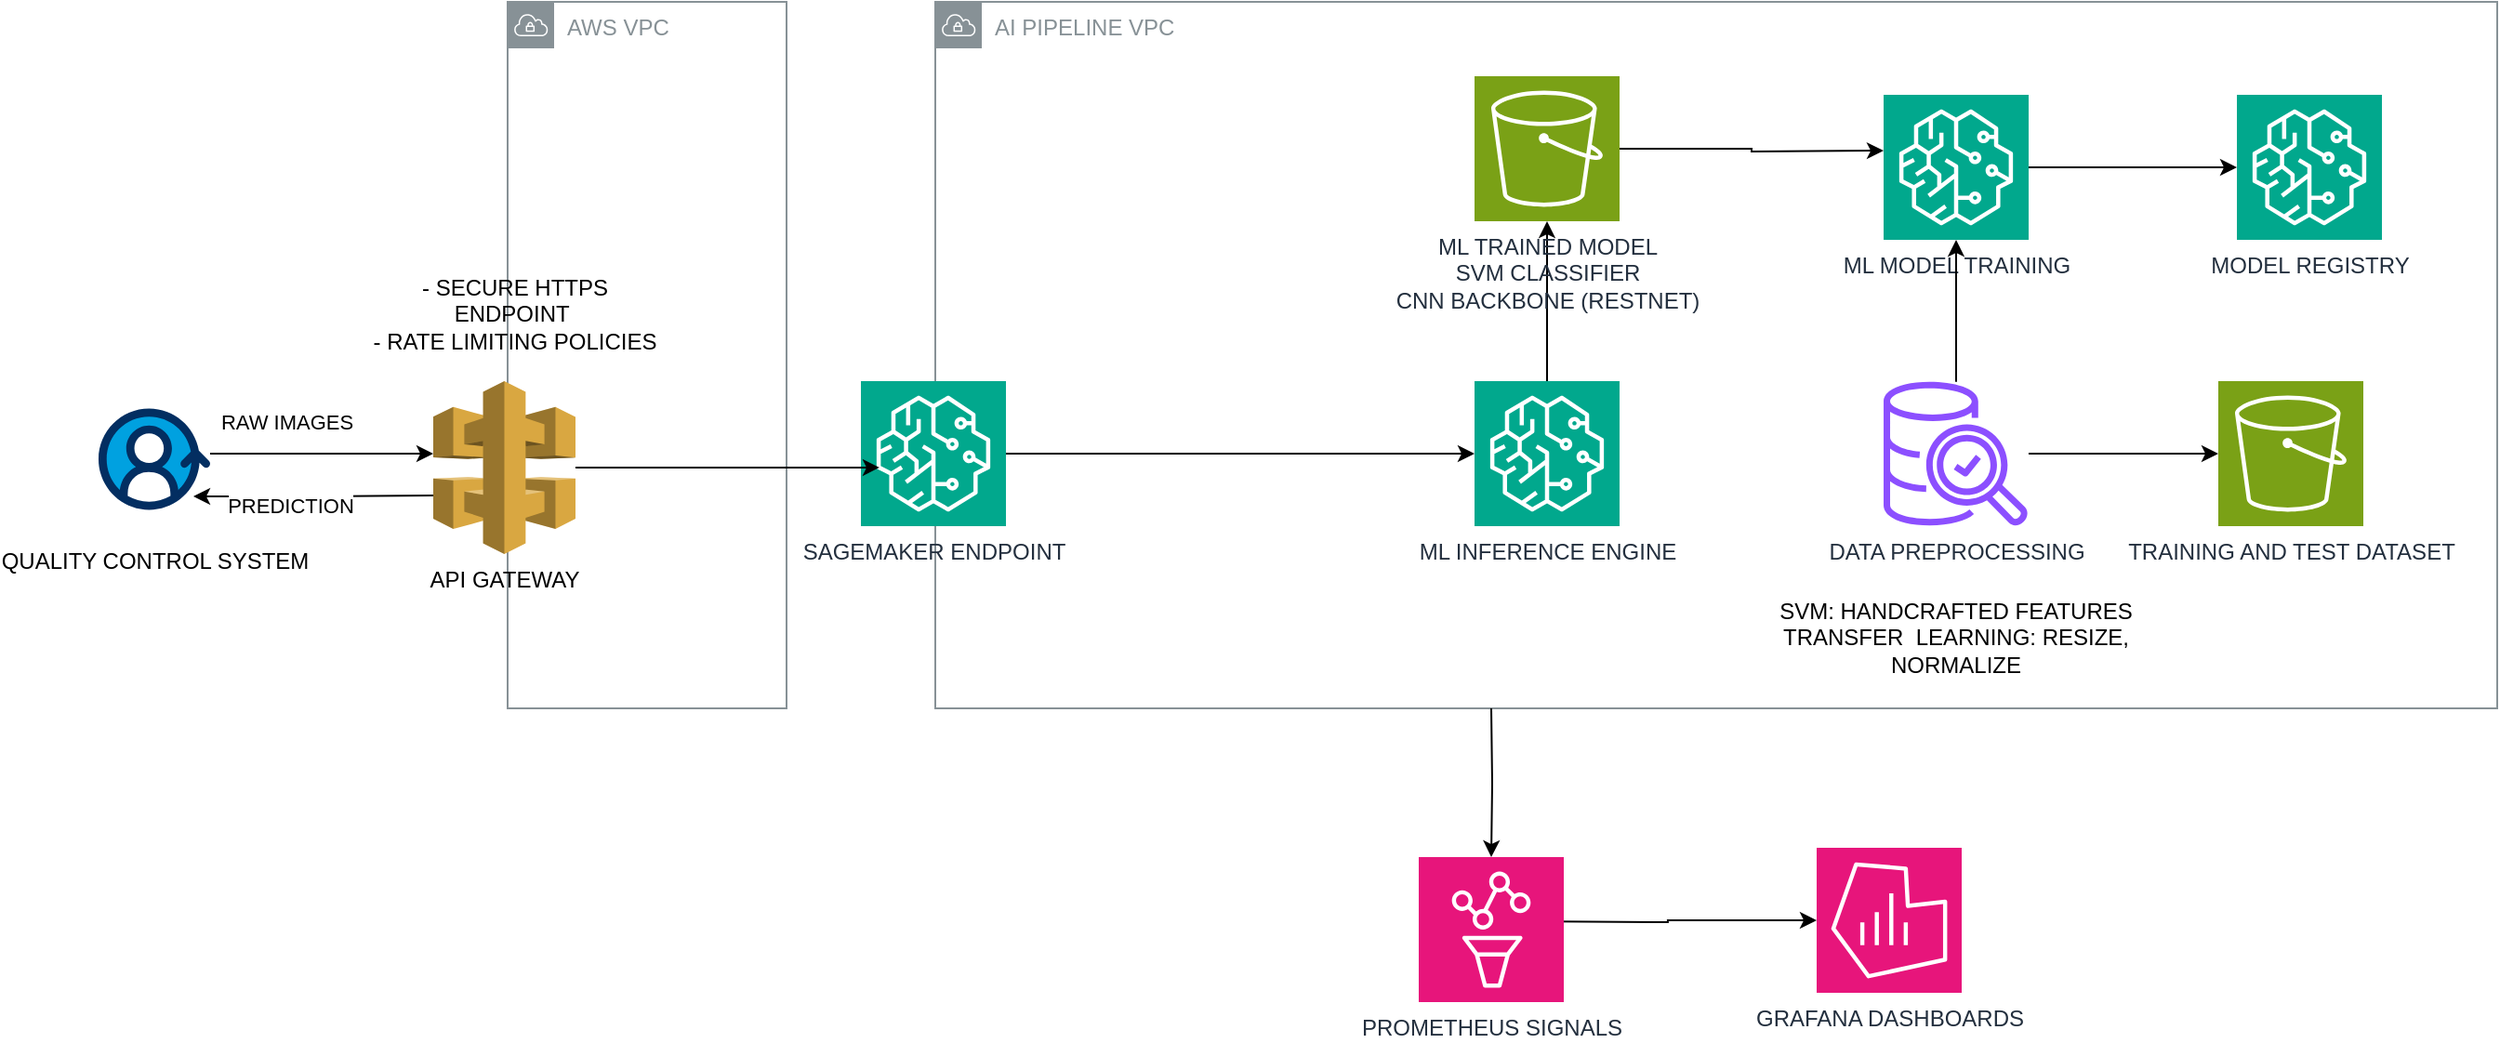
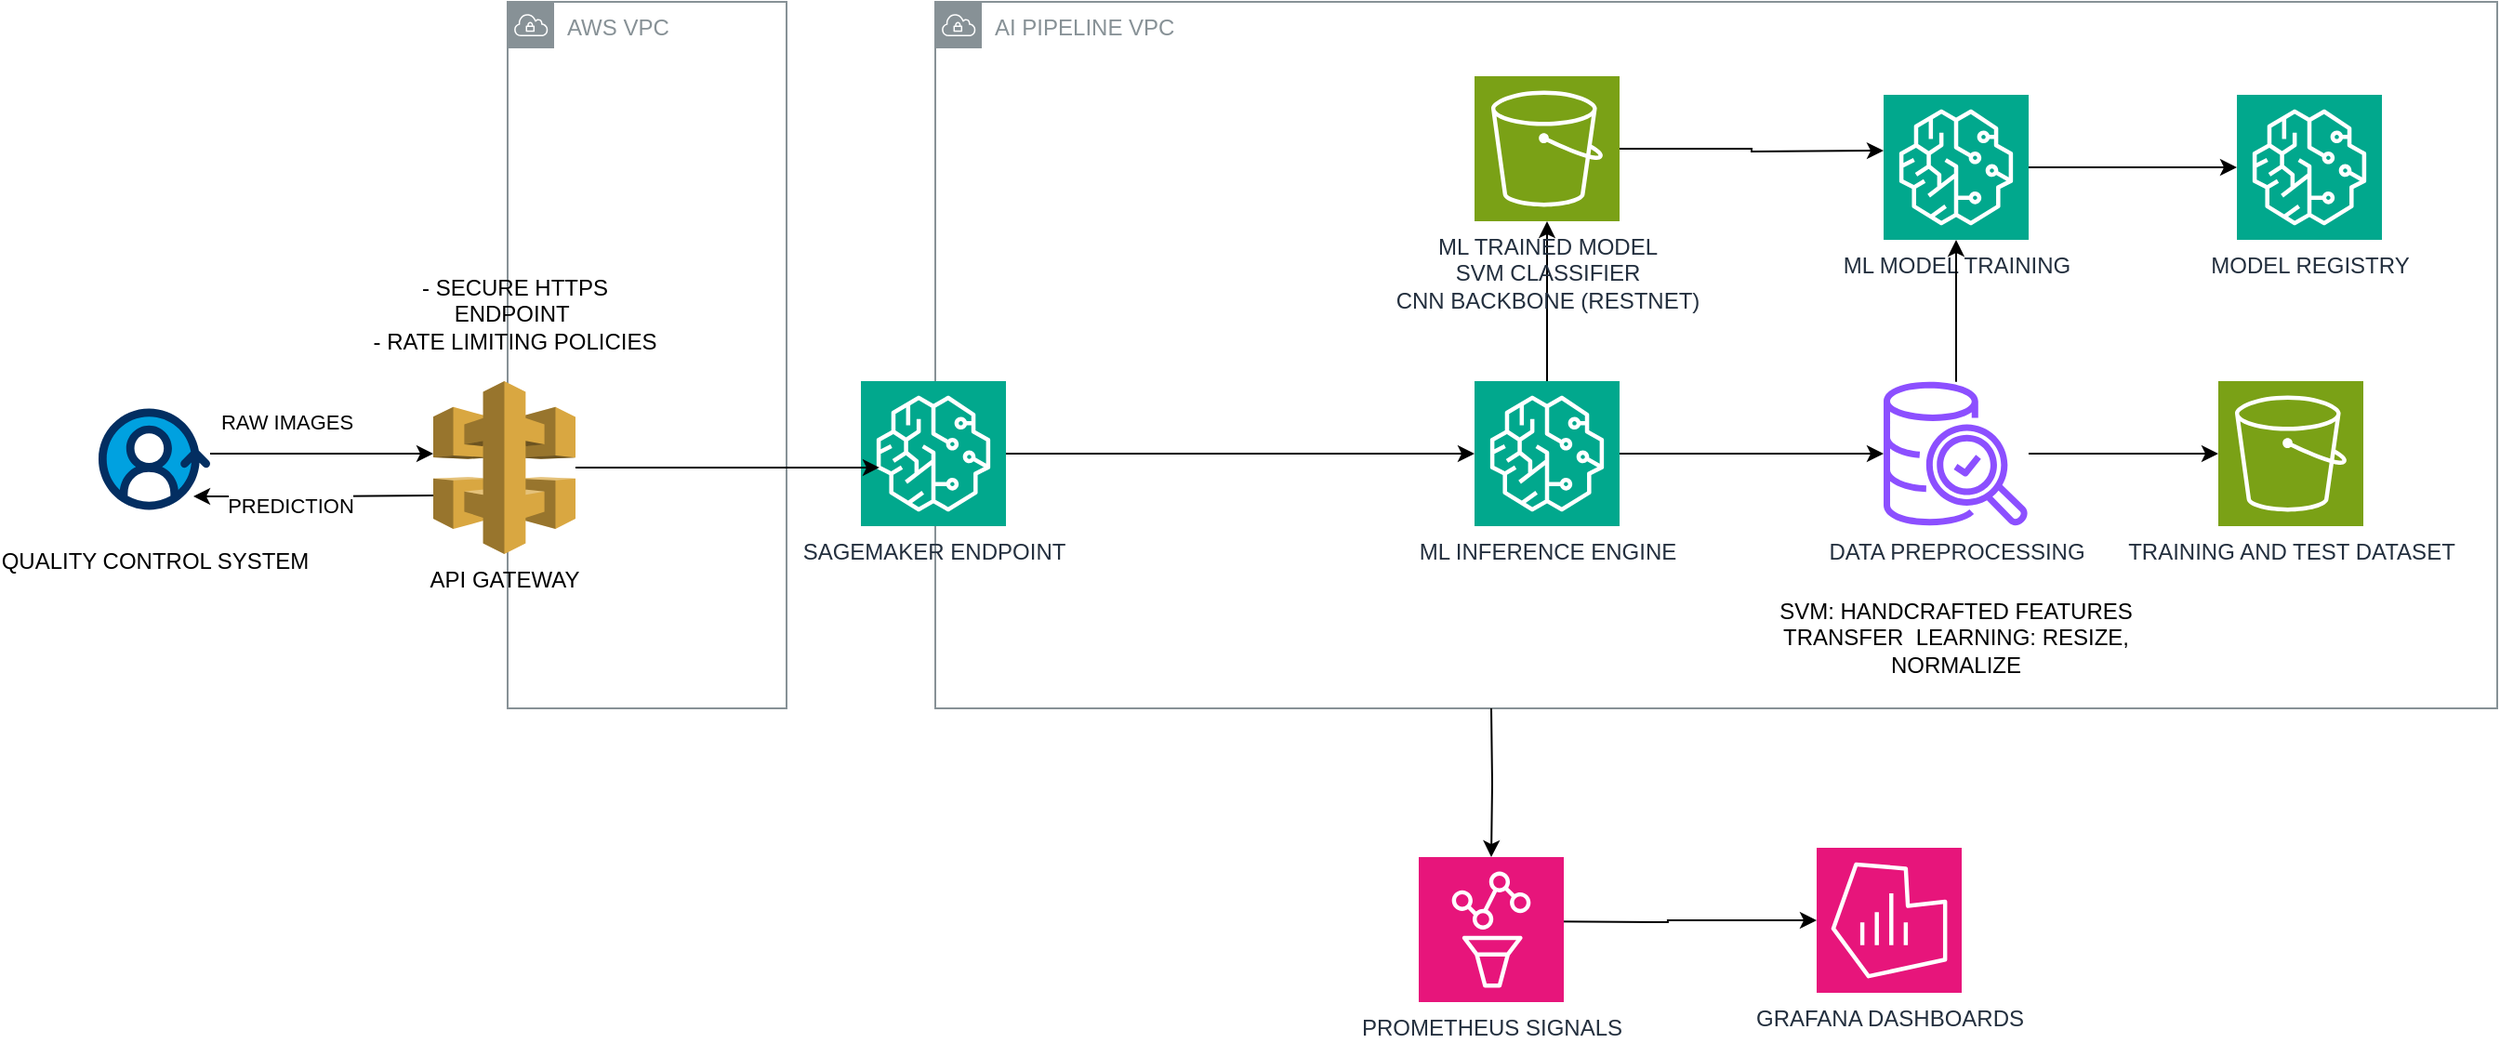
<mxfile host="app.diagrams.net">
  <diagram name="Page-1" id="hEYgBLBoZn8GvoCW3pwb">
-     <mxGraphModel dx="2031" dy="760" grid="1" gridSize="10" guides="1" tooltips="1" connect="1" arrows="1" fold="1" page="1" pageScale="1" pageWidth="827" pageHeight="1169" math="0" shadow="0">
+     <mxGraphModel dx="2165" dy="844" grid="1" gridSize="10" guides="1" tooltips="1" connect="1" arrows="1" fold="1" page="1" pageScale="1" pageWidth="827" pageHeight="1169" math="0" shadow="0">
      <root>
        <mxCell id="0" />
        <mxCell id="1" parent="0" />
        <mxCell id="B6NXUkkEmoZpNjY4SoPp-3" parent="1" style="sketch=0;outlineConnect=0;gradientColor=none;html=1;whiteSpace=wrap;fontSize=12;fontStyle=0;shape=mxgraph.aws4.group;grIcon=mxgraph.aws4.group_vpc;strokeColor=#879196;fillColor=none;verticalAlign=top;align=left;spacingLeft=30;fontColor=#879196;dashed=0;" value="AI PIPELINE VPC" vertex="1">
          <mxGeometry height="380" width="840" x="250" y="150" as="geometry" />
        </mxCell>
        <mxCell id="B6NXUkkEmoZpNjY4SoPp-4" parent="1" style="sketch=0;outlineConnect=0;gradientColor=none;html=1;whiteSpace=wrap;fontSize=12;fontStyle=0;shape=mxgraph.aws4.group;grIcon=mxgraph.aws4.group_vpc;strokeColor=#879196;fillColor=none;verticalAlign=top;align=left;spacingLeft=30;fontColor=#879196;dashed=0;" value="AWS VPC" vertex="1">
          <mxGeometry height="380" width="150" x="20" y="150" as="geometry" />
        </mxCell>
        <mxCell id="B6NXUkkEmoZpNjY4SoPp-14" edge="1" parent="1" source="Btv_CyVeGUCVNPXlEjLH-3" style="edgeStyle=orthogonalEdgeStyle;rounded=0;orthogonalLoop=1;jettySize=auto;html=1;" target="Btv_CyVeGUCVNPXlEjLH-4">
          <mxGeometry relative="1" as="geometry" />
        </mxCell>
        <mxCell id="Btv_CyVeGUCVNPXlEjLH-3" parent="1" style="sketch=0;points=[[0,0,0],[0.25,0,0],[0.5,0,0],[0.75,0,0],[1,0,0],[0,1,0],[0.25,1,0],[0.5,1,0],[0.75,1,0],[1,1,0],[0,0.25,0],[0,0.5,0],[0,0.75,0],[1,0.25,0],[1,0.5,0],[1,0.75,0]];outlineConnect=0;fontColor=#232F3E;fillColor=#01A88D;strokeColor=#ffffff;dashed=0;verticalLabelPosition=bottom;verticalAlign=top;align=center;html=1;fontSize=12;fontStyle=0;aspect=fixed;shape=mxgraph.aws4.resourceIcon;resIcon=mxgraph.aws4.sagemaker;" value="SAGEMAKER ENDPOINT" vertex="1">
          <mxGeometry height="78" width="78" x="210" y="354" as="geometry" />
        </mxCell>
        <mxCell id="Btv_CyVeGUCVNPXlEjLH-6" edge="1" parent="1" source="Btv_CyVeGUCVNPXlEjLH-4" style="edgeStyle=orthogonalEdgeStyle;rounded=0;orthogonalLoop=1;jettySize=auto;html=1;" target="Btv_CyVeGUCVNPXlEjLH-5">
+           <mxGeometry relative="1" as="geometry" />
+         </mxCell>
+         <mxCell id="QOAty2faikMBdoic1XQ0-1" edge="1" parent="1" source="Btv_CyVeGUCVNPXlEjLH-4" style="edgeStyle=orthogonalEdgeStyle;rounded=0;orthogonalLoop=1;jettySize=auto;html=1;" target="Btv_CyVeGUCVNPXlEjLH-10">
          <mxGeometry relative="1" as="geometry" />
        </mxCell>
        <mxCell id="Btv_CyVeGUCVNPXlEjLH-4" parent="1" style="sketch=0;points=[[0,0,0],[0.25,0,0],[0.5,0,0],[0.75,0,0],[1,0,0],[0,1,0],[0.25,1,0],[0.5,1,0],[0.75,1,0],[1,1,0],[0,0.25,0],[0,0.5,0],[0,0.75,0],[1,0.25,0],[1,0.5,0],[1,0.75,0]];outlineConnect=0;fontColor=#232F3E;fillColor=#01A88D;strokeColor=#ffffff;dashed=0;verticalLabelPosition=bottom;verticalAlign=top;align=center;html=1;fontSize=12;fontStyle=0;aspect=fixed;shape=mxgraph.aws4.resourceIcon;resIcon=mxgraph.aws4.sagemaker;" value="ML INFERENCE ENGINE" vertex="1">
          <mxGeometry height="78" width="78" x="540" y="354" as="geometry" />
        </mxCell>
        <mxCell id="Btv_CyVeGUCVNPXlEjLH-5" parent="1" style="sketch=0;points=[[0,0,0],[0.25,0,0],[0.5,0,0],[0.75,0,0],[1,0,0],[0,1,0],[0.25,1,0],[0.5,1,0],[0.75,1,0],[1,1,0],[0,0.25,0],[0,0.5,0],[0,0.75,0],[1,0.25,0],[1,0.5,0],[1,0.75,0]];outlineConnect=0;fontColor=#232F3E;fillColor=#7AA116;strokeColor=#ffffff;dashed=0;verticalLabelPosition=bottom;verticalAlign=top;align=center;html=1;fontSize=12;fontStyle=0;aspect=fixed;shape=mxgraph.aws4.resourceIcon;resIcon=mxgraph.aws4.s3;" value="&lt;div&gt;ML TRAINED MODEL&lt;/div&gt;&lt;div&gt;SVM CLASSIFIER&lt;/div&gt;&lt;div&gt;CNN BACKBONE (RESTNET)&lt;/div&gt;" vertex="1">
          <mxGeometry height="78" width="78" x="540" y="190" as="geometry" />
        </mxCell>
        <mxCell id="B6NXUkkEmoZpNjY4SoPp-16" edge="1" parent="1" source="Btv_CyVeGUCVNPXlEjLH-8" style="edgeStyle=orthogonalEdgeStyle;rounded=0;orthogonalLoop=1;jettySize=auto;html=1;" target="B6NXUkkEmoZpNjY4SoPp-15">
          <mxGeometry relative="1" as="geometry" />
        </mxCell>
        <mxCell id="Btv_CyVeGUCVNPXlEjLH-8" parent="1" style="sketch=0;points=[[0,0,0],[0.25,0,0],[0.5,0,0],[0.75,0,0],[1,0,0],[0,1,0],[0.25,1,0],[0.5,1,0],[0.75,1,0],[1,1,0],[0,0.25,0],[0,0.5,0],[0,0.75,0],[1,0.25,0],[1,0.5,0],[1,0.75,0]];outlineConnect=0;fontColor=#232F3E;fillColor=#01A88D;strokeColor=#ffffff;dashed=0;verticalLabelPosition=bottom;verticalAlign=top;align=center;html=1;fontSize=12;fontStyle=0;aspect=fixed;shape=mxgraph.aws4.resourceIcon;resIcon=mxgraph.aws4.sagemaker;" value="ML MODEL TRAINING" vertex="1">
          <mxGeometry height="78" width="78" x="760" y="200" as="geometry" />
        </mxCell>
        <mxCell id="Btv_CyVeGUCVNPXlEjLH-9" edge="1" parent="1" source="Btv_CyVeGUCVNPXlEjLH-5" style="edgeStyle=orthogonalEdgeStyle;rounded=0;orthogonalLoop=1;jettySize=auto;html=1;">
          <mxGeometry relative="1" as="geometry">
            <mxPoint x="760" y="230" as="targetPoint" />
          </mxGeometry>
        </mxCell>
        <mxCell id="Btv_CyVeGUCVNPXlEjLH-16" edge="1" parent="1" source="Btv_CyVeGUCVNPXlEjLH-10" style="edgeStyle=orthogonalEdgeStyle;rounded=0;orthogonalLoop=1;jettySize=auto;html=1;" target="Btv_CyVeGUCVNPXlEjLH-15">
          <mxGeometry relative="1" as="geometry" />
        </mxCell>
        <mxCell id="Btv_CyVeGUCVNPXlEjLH-10" parent="1" style="sketch=0;outlineConnect=0;fontColor=#232F3E;gradientColor=none;fillColor=#8C4FFF;strokeColor=none;dashed=0;verticalLabelPosition=bottom;verticalAlign=top;align=center;html=1;fontSize=12;fontStyle=0;aspect=fixed;pointerEvents=1;shape=mxgraph.aws4.aws_glue_data_quality;" value="DATA PREPROCESSING" vertex="1">
          <mxGeometry height="78" width="78" x="760" y="354" as="geometry" />
        </mxCell>
        <mxCell id="Btv_CyVeGUCVNPXlEjLH-11" edge="1" parent="1" source="Btv_CyVeGUCVNPXlEjLH-10" style="edgeStyle=orthogonalEdgeStyle;rounded=0;orthogonalLoop=1;jettySize=auto;html=1;entryX=0.5;entryY=1;entryDx=0;entryDy=0;entryPerimeter=0;" target="Btv_CyVeGUCVNPXlEjLH-8">
          <mxGeometry relative="1" as="geometry" />
        </mxCell>
        <mxCell id="Btv_CyVeGUCVNPXlEjLH-12" parent="1" style="verticalLabelPosition=bottom;aspect=fixed;html=1;shape=mxgraph.salesforce.customer_360;fillColor=none;strokeColor=none;" value="QUALITY CONTROL SYSTEM" vertex="1">
          <mxGeometry height="54.6" width="60" x="-200" y="368.7" as="geometry" />
        </mxCell>
        <mxCell id="Btv_CyVeGUCVNPXlEjLH-15" parent="1" style="sketch=0;points=[[0,0,0],[0.25,0,0],[0.5,0,0],[0.75,0,0],[1,0,0],[0,1,0],[0.25,1,0],[0.5,1,0],[0.75,1,0],[1,1,0],[0,0.25,0],[0,0.5,0],[0,0.75,0],[1,0.25,0],[1,0.5,0],[1,0.75,0]];outlineConnect=0;fontColor=#232F3E;fillColor=#7AA116;strokeColor=#ffffff;dashed=0;verticalLabelPosition=bottom;verticalAlign=top;align=center;html=1;fontSize=12;fontStyle=0;aspect=fixed;shape=mxgraph.aws4.resourceIcon;resIcon=mxgraph.aws4.s3;" value="TRAINING AND TEST DATASET" vertex="1">
          <mxGeometry height="78" width="78" x="940" y="354" as="geometry" />
        </mxCell>
        <mxCell id="Btv_CyVeGUCVNPXlEjLH-21" parent="1" style="sketch=0;points=[[0,0,0],[0.25,0,0],[0.5,0,0],[0.75,0,0],[1,0,0],[0,1,0],[0.25,1,0],[0.5,1,0],[0.75,1,0],[1,1,0],[0,0.25,0],[0,0.5,0],[0,0.75,0],[1,0.25,0],[1,0.5,0],[1,0.75,0]];points=[[0,0,0],[0.25,0,0],[0.5,0,0],[0.75,0,0],[1,0,0],[0,1,0],[0.25,1,0],[0.5,1,0],[0.75,1,0],[1,1,0],[0,0.25,0],[0,0.5,0],[0,0.75,0],[1,0.25,0],[1,0.5,0],[1,0.75,0]];outlineConnect=0;fontColor=#232F3E;fillColor=#E7157B;strokeColor=#ffffff;dashed=0;verticalLabelPosition=bottom;verticalAlign=top;align=center;html=1;fontSize=12;fontStyle=0;aspect=fixed;shape=mxgraph.aws4.resourceIcon;resIcon=mxgraph.aws4.managed_service_for_grafana;" value="GRAFANA DASHBOARDS" vertex="1">
          <mxGeometry height="78" width="78" x="724" y="605" as="geometry" />
        </mxCell>
        <mxCell id="Btv_CyVeGUCVNPXlEjLH-24" edge="1" parent="1" style="edgeStyle=orthogonalEdgeStyle;rounded=0;orthogonalLoop=1;jettySize=auto;html=1;" target="Btv_CyVeGUCVNPXlEjLH-21">
          <mxGeometry relative="1" as="geometry">
            <mxPoint x="562.9000000000001" y="644.5" as="sourcePoint" />
          </mxGeometry>
        </mxCell>
        <mxCell id="Btv_CyVeGUCVNPXlEjLH-23" edge="1" parent="1" style="edgeStyle=orthogonalEdgeStyle;rounded=0;orthogonalLoop=1;jettySize=auto;html=1;entryX=0.5;entryY=0;entryDx=0;entryDy=0;entryPerimeter=0;" target="Btv_CyVeGUCVNPXlEjLH-25">
          <mxGeometry relative="1" as="geometry">
            <mxPoint x="549" y="530" as="sourcePoint" />
            <mxPoint x="548.9634999999998" y="631.9804999999999" as="targetPoint" />
          </mxGeometry>
        </mxCell>
        <mxCell id="Btv_CyVeGUCVNPXlEjLH-25" parent="1" style="sketch=0;points=[[0,0,0],[0.25,0,0],[0.5,0,0],[0.75,0,0],[1,0,0],[0,1,0],[0.25,1,0],[0.5,1,0],[0.75,1,0],[1,1,0],[0,0.25,0],[0,0.5,0],[0,0.75,0],[1,0.25,0],[1,0.5,0],[1,0.75,0]];points=[[0,0,0],[0.25,0,0],[0.5,0,0],[0.75,0,0],[1,0,0],[0,1,0],[0.25,1,0],[0.5,1,0],[0.75,1,0],[1,1,0],[0,0.25,0],[0,0.5,0],[0,0.75,0],[1,0.25,0],[1,0.5,0],[1,0.75,0]];outlineConnect=0;fontColor=#232F3E;fillColor=#E7157B;strokeColor=#ffffff;dashed=0;verticalLabelPosition=bottom;verticalAlign=top;align=center;html=1;fontSize=12;fontStyle=0;aspect=fixed;shape=mxgraph.aws4.resourceIcon;resIcon=mxgraph.aws4.managed_service_for_prometheus;" value="PROMETHEUS SIGNALS" vertex="1">
          <mxGeometry height="78" width="78" x="510" y="610" as="geometry" />
        </mxCell>
        <mxCell id="B6NXUkkEmoZpNjY4SoPp-6" edge="1" parent="1" source="Btv_CyVeGUCVNPXlEjLH-12" style="edgeStyle=orthogonalEdgeStyle;rounded=0;orthogonalLoop=1;jettySize=auto;html=1;" target="B6NXUkkEmoZpNjY4SoPp-5" value="">
          <mxGeometry relative="1" as="geometry">
            <Array as="points">
              <mxPoint x="-40" y="393" />
              <mxPoint x="-40" y="393" />
            </Array>
            <mxPoint x="-100" y="393" as="sourcePoint" />
            <mxPoint x="229" y="386" as="targetPoint" />
          </mxGeometry>
        </mxCell>
        <mxCell id="B6NXUkkEmoZpNjY4SoPp-7" connectable="0" parent="B6NXUkkEmoZpNjY4SoPp-6" style="edgeLabel;html=1;align=center;verticalAlign=middle;resizable=0;points=[];" value="RAW IMAGES" vertex="1">
          <mxGeometry relative="1" x="-0.3186" y="-4" as="geometry">
            <mxPoint y="-21" as="offset" />
          </mxGeometry>
        </mxCell>
        <mxCell id="B6NXUkkEmoZpNjY4SoPp-5" parent="1" style="outlineConnect=0;dashed=0;verticalLabelPosition=bottom;verticalAlign=top;align=center;html=1;shape=mxgraph.aws3.api_gateway;fillColor=#D9A741;gradientColor=none;" value="API GATEWAY" vertex="1">
          <mxGeometry height="93" width="76.5" x="-20" y="354" as="geometry" />
        </mxCell>
        <mxCell id="B6NXUkkEmoZpNjY4SoPp-9" edge="1" parent="1" style="edgeStyle=orthogonalEdgeStyle;rounded=0;orthogonalLoop=1;jettySize=auto;html=1;entryX=0.85;entryY=0.592;entryDx=0;entryDy=0;entryPerimeter=0;">
          <mxGeometry relative="1" as="geometry">
            <mxPoint x="-20" y="415.5" as="sourcePoint" />
            <mxPoint x="-149" y="416.0036039562067" as="targetPoint" />
          </mxGeometry>
        </mxCell>
        <mxCell id="B6NXUkkEmoZpNjY4SoPp-10" connectable="0" parent="B6NXUkkEmoZpNjY4SoPp-9" style="edgeLabel;html=1;align=center;verticalAlign=middle;resizable=0;points=[];" value="PREDICTION" vertex="1">
          <mxGeometry relative="1" x="0.1971" y="4" as="geometry">
            <mxPoint as="offset" />
          </mxGeometry>
        </mxCell>
        <mxCell id="B6NXUkkEmoZpNjY4SoPp-11" parent="1" style="text;html=1;whiteSpace=wrap;strokeColor=none;fillColor=none;align=center;verticalAlign=middle;rounded=0;" value="- SECURE HTTPS ENDPOINT&amp;nbsp;&lt;div&gt;- RATE LIMITING POLICIES&lt;/div&gt;" vertex="1">
          <mxGeometry height="100" width="168.25" x="-60" y="268" as="geometry" />
        </mxCell>
        <mxCell id="B6NXUkkEmoZpNjY4SoPp-12" edge="1" parent="1" source="B6NXUkkEmoZpNjY4SoPp-5" style="edgeStyle=orthogonalEdgeStyle;rounded=0;orthogonalLoop=1;jettySize=auto;html=1;entryX=0.128;entryY=0.596;entryDx=0;entryDy=0;entryPerimeter=0;" target="Btv_CyVeGUCVNPXlEjLH-3">
          <mxGeometry relative="1" as="geometry" />
        </mxCell>
        <mxCell id="B6NXUkkEmoZpNjY4SoPp-15" parent="1" style="sketch=0;points=[[0,0,0],[0.25,0,0],[0.5,0,0],[0.75,0,0],[1,0,0],[0,1,0],[0.25,1,0],[0.5,1,0],[0.75,1,0],[1,1,0],[0,0.25,0],[0,0.5,0],[0,0.75,0],[1,0.25,0],[1,0.5,0],[1,0.75,0]];outlineConnect=0;fontColor=#232F3E;fillColor=#01A88D;strokeColor=#ffffff;dashed=0;verticalLabelPosition=bottom;verticalAlign=top;align=center;html=1;fontSize=12;fontStyle=0;aspect=fixed;shape=mxgraph.aws4.resourceIcon;resIcon=mxgraph.aws4.sagemaker;" value="MODEL REGISTRY" vertex="1">
          <mxGeometry height="78" width="78" x="950" y="200" as="geometry" />
        </mxCell>
        <mxCell id="B6NXUkkEmoZpNjY4SoPp-18" parent="1" style="text;html=1;whiteSpace=wrap;strokeColor=none;fillColor=none;align=center;verticalAlign=middle;rounded=0;" value="&lt;div&gt;SVM: HANDCRAFTED FEATURES&lt;/div&gt;&lt;div&gt;TRANSFER&amp;nbsp; LEARNING: RESIZE, NORMALIZE&lt;/div&gt;" vertex="1">
          <mxGeometry height="90" width="200" x="699" y="447" as="geometry" />
        </mxCell>
      </root>
    </mxGraphModel>
  </diagram>
</mxfile>
